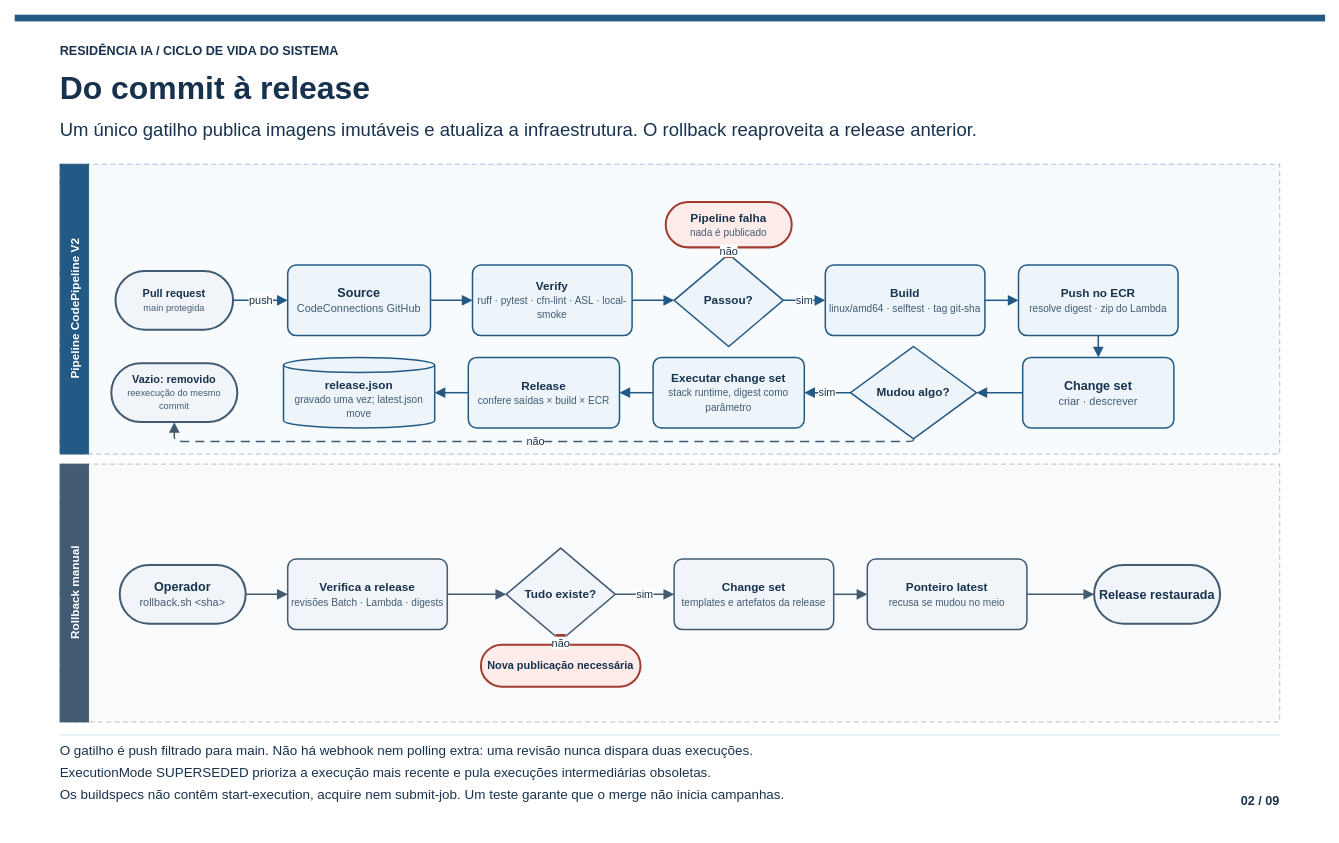
The draw.io diagram page "02 · Do commit à release" (2 of 9) of docs/diagrams/ciclo-de-vida-sistema.drawio in xxggabriel/residencia-ia, before the edit. Source tidied: cells renumbered, new cells numbered last; positions are measured from the earlier drawing's top-left corner, leaving out a move shared by most shapes. Both pictures are drawn from the tidied source at 84%, with x=0, y=0 at pixel (14, 14).
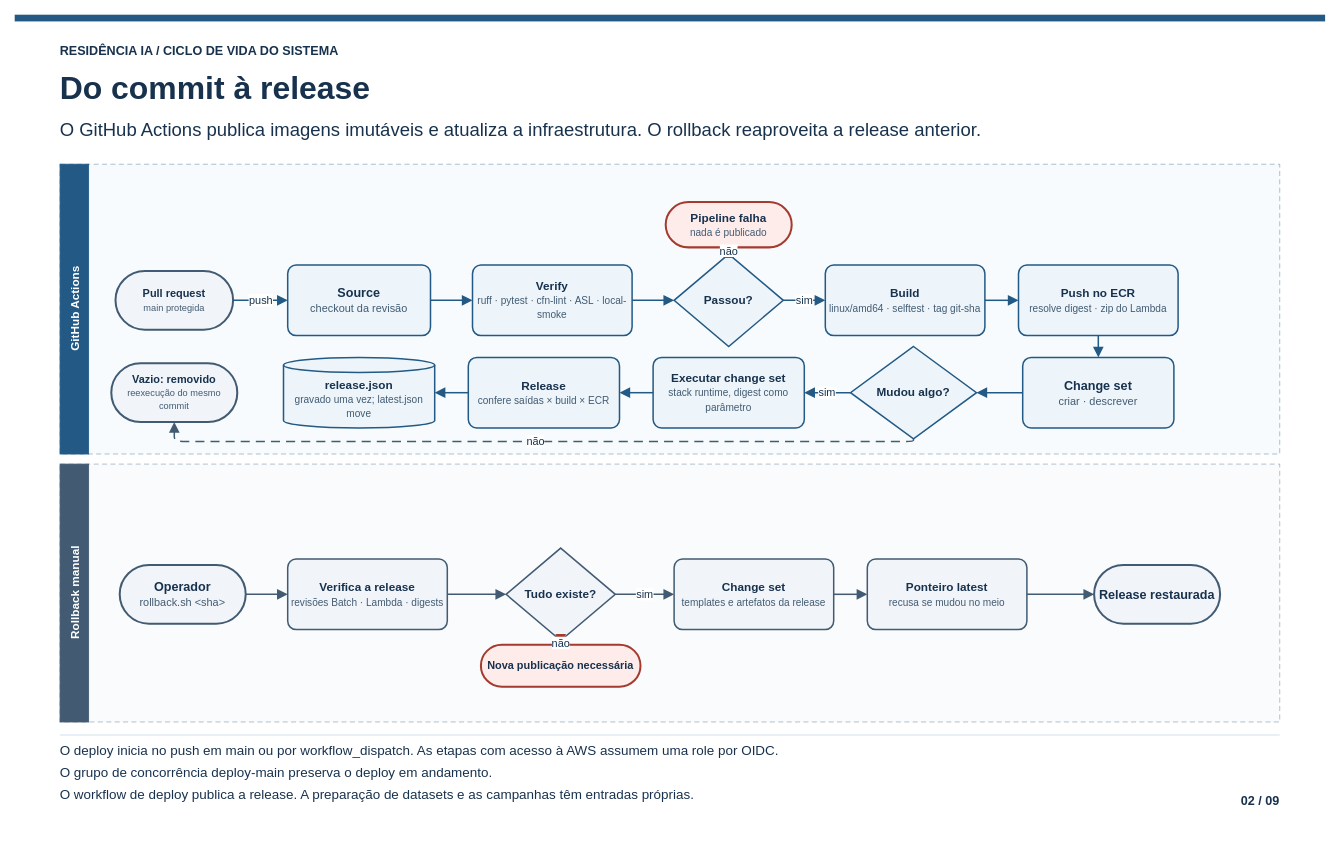
After the change.

Change to the diagram source:
```diff
@@
-    <mxCell id="6" value="Um único gatilho publica imagens imutáveis e atualiza a infraestrutura. O rollback reaproveita a release anterior." style="text;strokeColor=none;fillColor=none;align=left;verticalAlign=middle;spacing=0;fontSize=22;html=1;fontFamily=Arial;fontColor=#18324e;whiteSpace=wrap;" parent="1" vertex="1">
+    <mxCell id="6" value="O GitHub Actions publica imagens imutáveis e atualiza a infraestrutura. O rollback reaproveita a release anterior." style="text;strokeColor=none;fillColor=none;align=left;verticalAlign=middle;spacing=0;fontSize=22;html=1;fontFamily=Arial;fontColor=#18324e;whiteSpace=wrap;" parent="1" vertex="1">
       <mxGeometry x="54" y="120" width="1452" height="36" as="geometry" />
     </mxCell>
@@
-    <mxCell id="8" value="O gatilho é push filtrado para main. Não há webhook nem polling extra: uma revisão nunca dispara duas execuções." style="text;strokeColor=none;fillColor=none;align=left;verticalAlign=middle;spacing=0;fontSize=16;html=1;fontFamily=Arial;fontColor=#18324e;whiteSpace=wrap;" parent="1" vertex="1">
+    <mxCell id="8" value="O deploy inicia no push em main ou por workflow_dispatch. As etapas com acesso à AWS assumem uma role por OIDC." style="text;strokeColor=none;fillColor=none;align=left;verticalAlign=middle;spacing=0;fontSize=16;html=1;fontFamily=Arial;fontColor=#18324e;whiteSpace=wrap;" parent="1" vertex="1">
       <mxGeometry x="54" y="863" width="1385" height="26" as="geometry" />
     </mxCell>
-    <mxCell id="9" value="ExecutionMode SUPERSEDED prioriza a execução mais recente e pula execuções intermediárias obsoletas." style="text;strokeColor=none;fillColor=none;align=left;verticalAlign=middle;spacing=0;fontSize=16;html=1;fontFamily=Arial;fontColor=#18324e;whiteSpace=wrap;" parent="1" vertex="1">
+    <mxCell id="9" value="O grupo de concorrência deploy-main preserva o deploy em andamento." style="text;strokeColor=none;fillColor=none;align=left;verticalAlign=middle;spacing=0;fontSize=16;html=1;fontFamily=Arial;fontColor=#18324e;whiteSpace=wrap;" parent="1" vertex="1">
       <mxGeometry x="54" y="889" width="1385" height="26" as="geometry" />
     </mxCell>
-    <mxCell id="10" value="Os buildspecs não contêm start-execution, acquire nem submit-job. Um teste garante que o merge não inicia campanhas." style="text;strokeColor=none;fillColor=none;align=left;verticalAlign=middle;spacing=0;fontSize=16;html=1;fontFamily=Arial;fontColor=#18324e;whiteSpace=wrap;" parent="1" vertex="1">
+    <mxCell id="10" value="O workflow de deploy publica a release. A preparação de datasets e as campanhas têm entradas próprias." style="text;strokeColor=none;fillColor=none;align=left;verticalAlign=middle;spacing=0;fontSize=16;html=1;fontFamily=Arial;fontColor=#18324e;whiteSpace=wrap;" parent="1" vertex="1">
       <mxGeometry x="54" y="915" width="1385" height="26" as="geometry" />
     </mxCell>
@@
-    <mxCell id="13" value="&lt;b&gt;Pipeline CodePipeline V2&lt;/b&gt;" style="rounded=0;strokeColor=#235a85;fillColor=#235a85;fontColor=#ffffff;horizontal=0;fontSize=14;html=1;fontFamily=Arial;whiteSpace=wrap;" parent="1" vertex="1">
+    <mxCell id="13" value="&lt;b&gt;GitHub Actions&lt;/b&gt;" style="rounded=0;strokeColor=#235a85;fillColor=#235a85;fontColor=#ffffff;horizontal=0;fontSize=14;html=1;fontFamily=Arial;whiteSpace=wrap;" parent="1" vertex="1">
       <mxGeometry x="54" y="178" width="34" height="345" as="geometry" />
     </mxCell>
@@
-    <mxCell id="17" value="&lt;b&gt;Source&lt;/b&gt;&lt;br&gt;&lt;span style=&quot;font-size:13px;color:#425b72&quot;&gt;CodeConnections GitHub&lt;/span&gt;" style="rounded=1;arcSize=12;strokeColor=#235a85;fillColor=#edf5fb;strokeWidth=1.8;fontSize=15;verticalAlign=middle;html=1;fontFamily=Arial;fontColor=#18324e;whiteSpace=wrap;" parent="1" vertex="1">
+    <mxCell id="17" value="&lt;b&gt;Source&lt;/b&gt;&lt;br&gt;&lt;span style=&quot;font-size:13px;color:#425b72&quot;&gt;checkout da revisão&lt;/span&gt;" style="rounded=1;arcSize=12;strokeColor=#235a85;fillColor=#edf5fb;strokeWidth=1.8;fontSize=15;verticalAlign=middle;html=1;fontFamily=Arial;fontColor=#18324e;whiteSpace=wrap;" parent="1" vertex="1">
       <mxGeometry x="325" y="298" width="170" height="84" as="geometry" />
     </mxCell>
```
